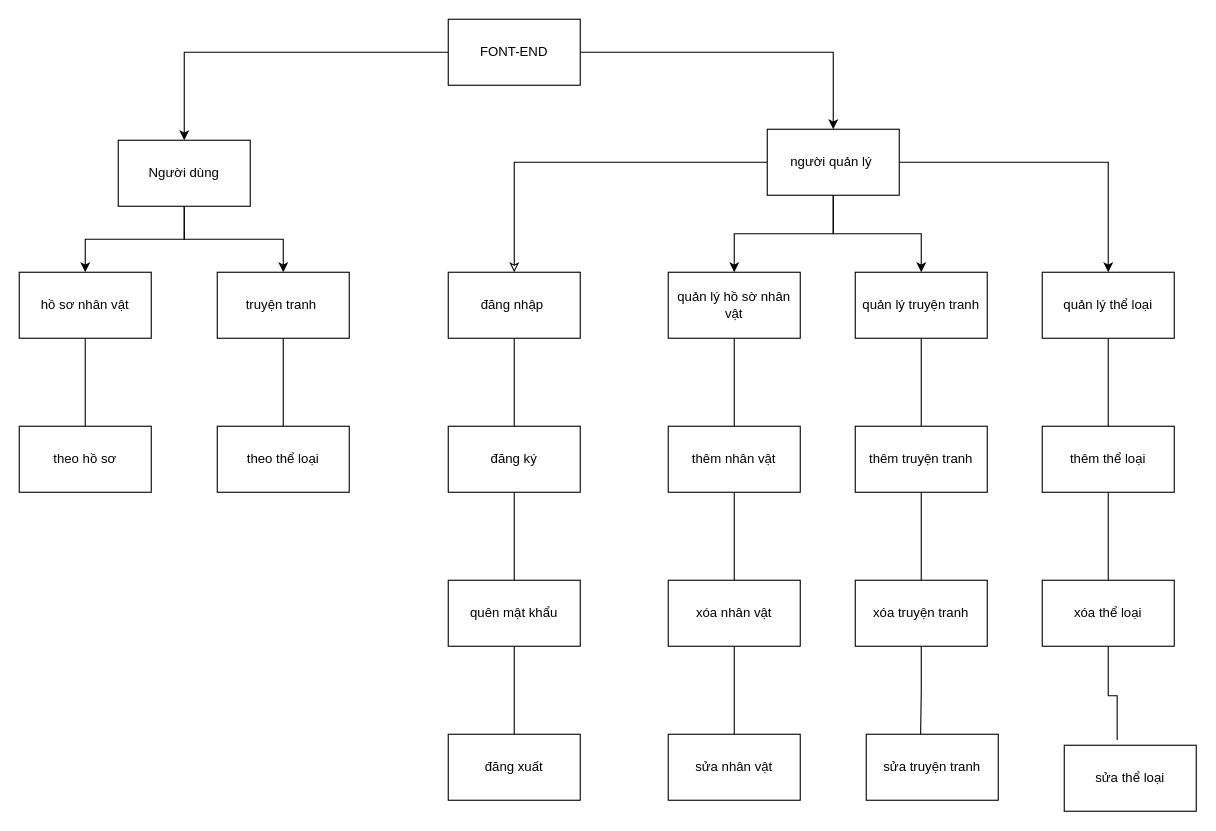
Before: page "Page-1" (1 of 4) of Untitled Diagram.drawio in hoa-kidnav/wt-bandf8, a draw.io diagram. Source tidied: cells renumbered, new cells numbered last; positions are measured from the earlier drawing's top-left corner, leaving out a move shared by most shapes. Both pictures are drawn from the tidied source at 110%, with x=0, y=0 at pixel (19, 19).
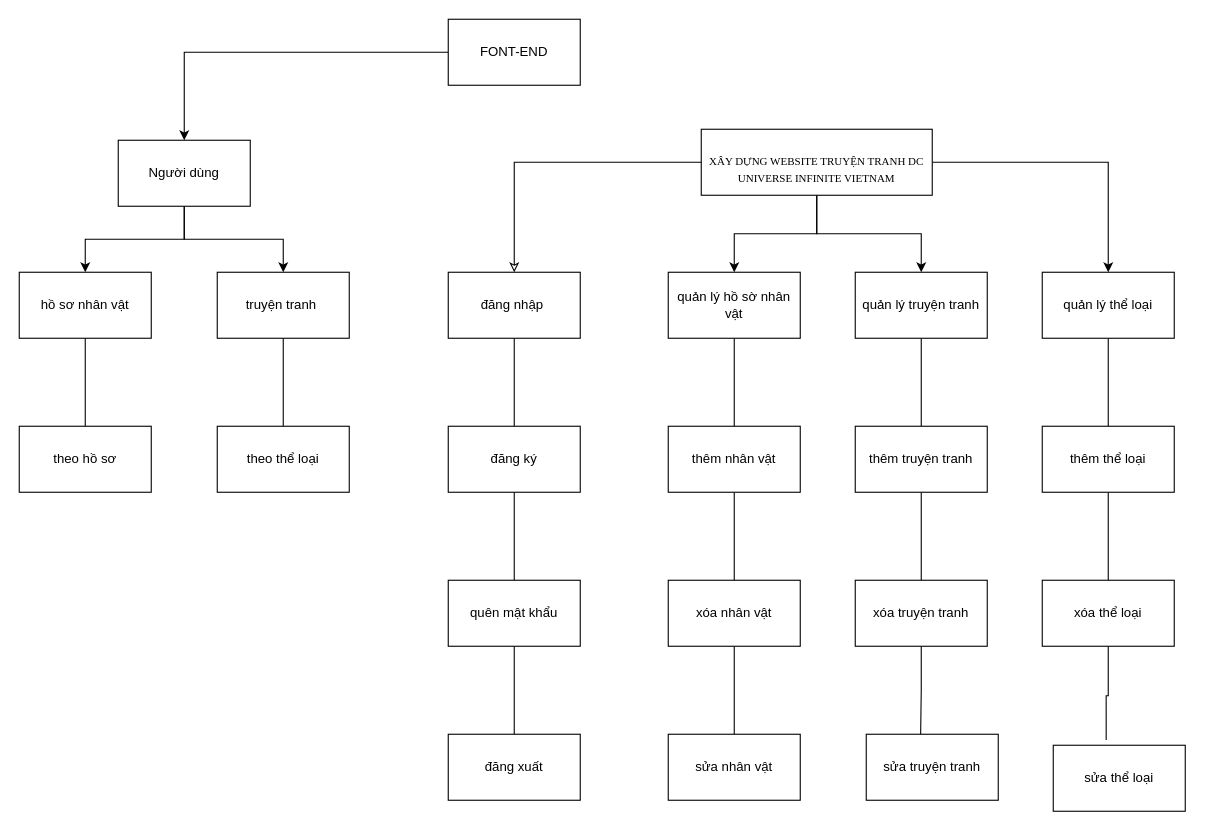
Above is the later version.

Unchanged cells that the change refers to:
```xml
<mxCell id="4" value="FONT-END" style="rounded=0;whiteSpace=wrap;html=1;verticalAlign=middle;" parent="1" vertex="1">
  <mxGeometry x="390" width="120" height="60" as="geometry" />
</mxCell>
```

What changed in the source:
```diff
@@
-    <mxCell id="3" style="edgeStyle=orthogonalEdgeStyle;rounded=0;jettySize=auto;html=1;entryX=0.5;entryY=0;entryDx=0;entryDy=0;verticalAlign=middle;" parent="1" edge="1" source="4" target="18">
-      <mxGeometry relative="1" as="geometry" />
-    </mxCell>
@@
-    <mxCell id="18" value="người quản lý&amp;nbsp;" style="whiteSpace=wrap;html=1;rounded=0;verticalAlign=middle;" parent="1" vertex="1">
-      <mxGeometry x="680" y="100" width="120" height="60" as="geometry" />
+    <mxCell id="18" value="&lt;font face=&quot;Times New Roman&quot;&gt;&lt;br&gt;&lt;/font&gt;&lt;p style=&quot;line-height: 1.38; margin-top: 6pt; margin-bottom: 6pt;&quot; dir=&quot;ltr&quot;&gt;&lt;/p&gt;&lt;div&gt;&lt;/div&gt;&lt;span style=&quot;background-color: transparent; font-variant-numeric: normal; font-variant-east-asian: normal; font-variant-alternates: normal; vertical-align: baseline; font-size: 10px;&quot;&gt;&lt;font face=&quot;Times New Roman&quot; style=&quot;font-size: 10px;&quot;&gt;XÂY DỰNG WEBSITE TRUYỆN TRANH DC UNIVERSE INFINITE VIETNAM &lt;/font&gt;&lt;/span&gt;&lt;p style=&quot;font-size: 10px;&quot;&gt;&lt;/p&gt;&lt;font style=&quot;font-size: 10px;&quot;&gt;&lt;span id=&quot;docs-internal-guid-bfca9ef1-7fff-ddb3-65e0-85c0fb9fe1e3&quot;&gt;&lt;/span&gt;&lt;/font&gt;" style="whiteSpace=wrap;html=1;rounded=0;verticalAlign=middle;" parent="1" vertex="1">
+      <mxGeometry x="620" y="100" width="210" height="60" as="geometry" />
     </mxCell>
@@
     <mxCell id="46" value="sửa thể loại" style="whiteSpace=wrap;html=1;rounded=0;verticalAlign=middle;" parent="1" vertex="1">
-      <mxGeometry x="950" y="660" width="120" height="60" as="geometry" />
+      <mxGeometry x="940" y="660" width="120" height="60" as="geometry" />
     </mxCell>
```
